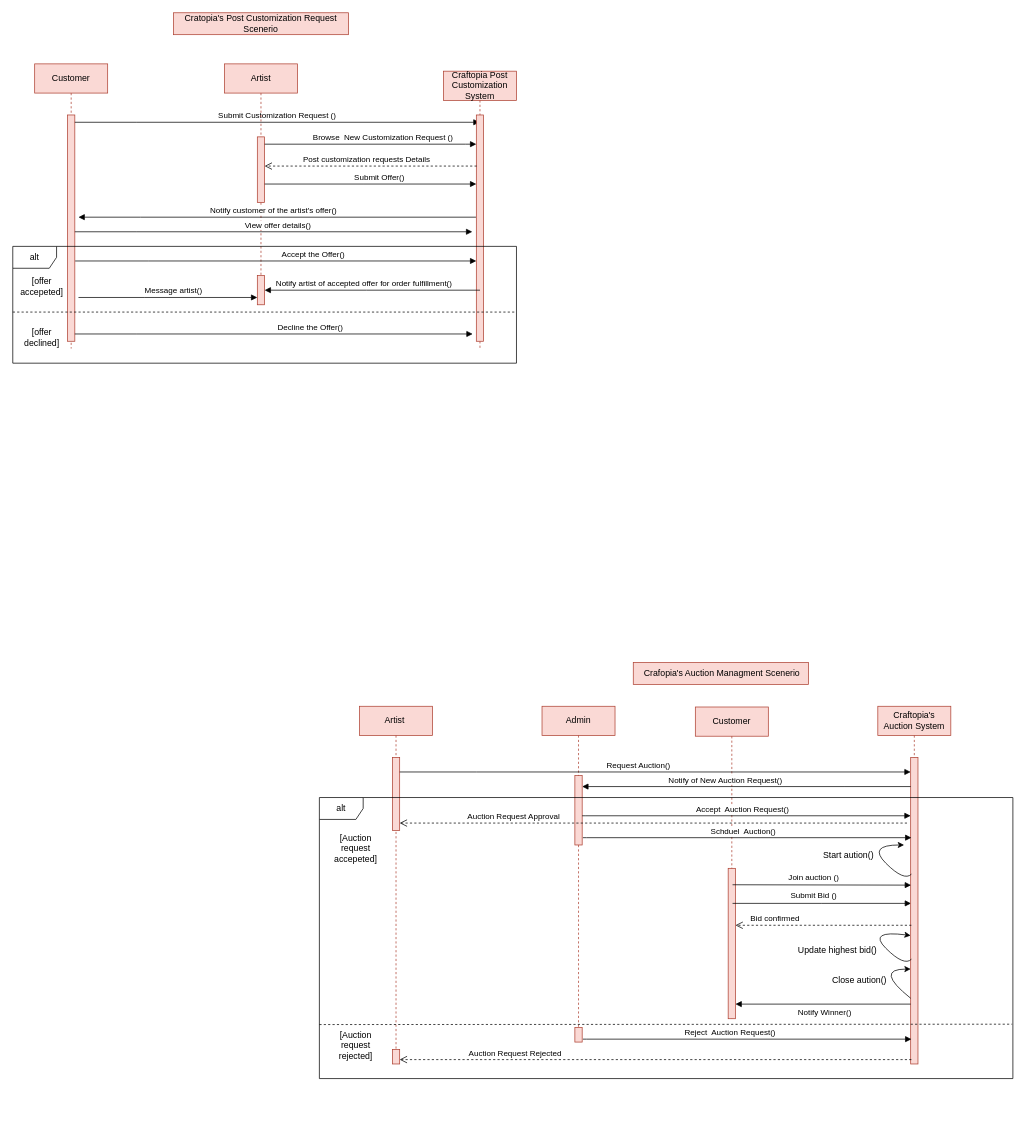
alibedair/Graduation-Project keeps this draw.io diagram as Sequence Diagram/Sequence  Diagram 1.drawio. Above is the earlier version. Source tidied: cells renumbered, new cells numbered last; positions are measured from the earlier drawing's top-left corner, leaving out a move shared by most shapes. Both pictures are drawn from the tidied source at 73%, with x=0, y=0 at pixel (12, 12).
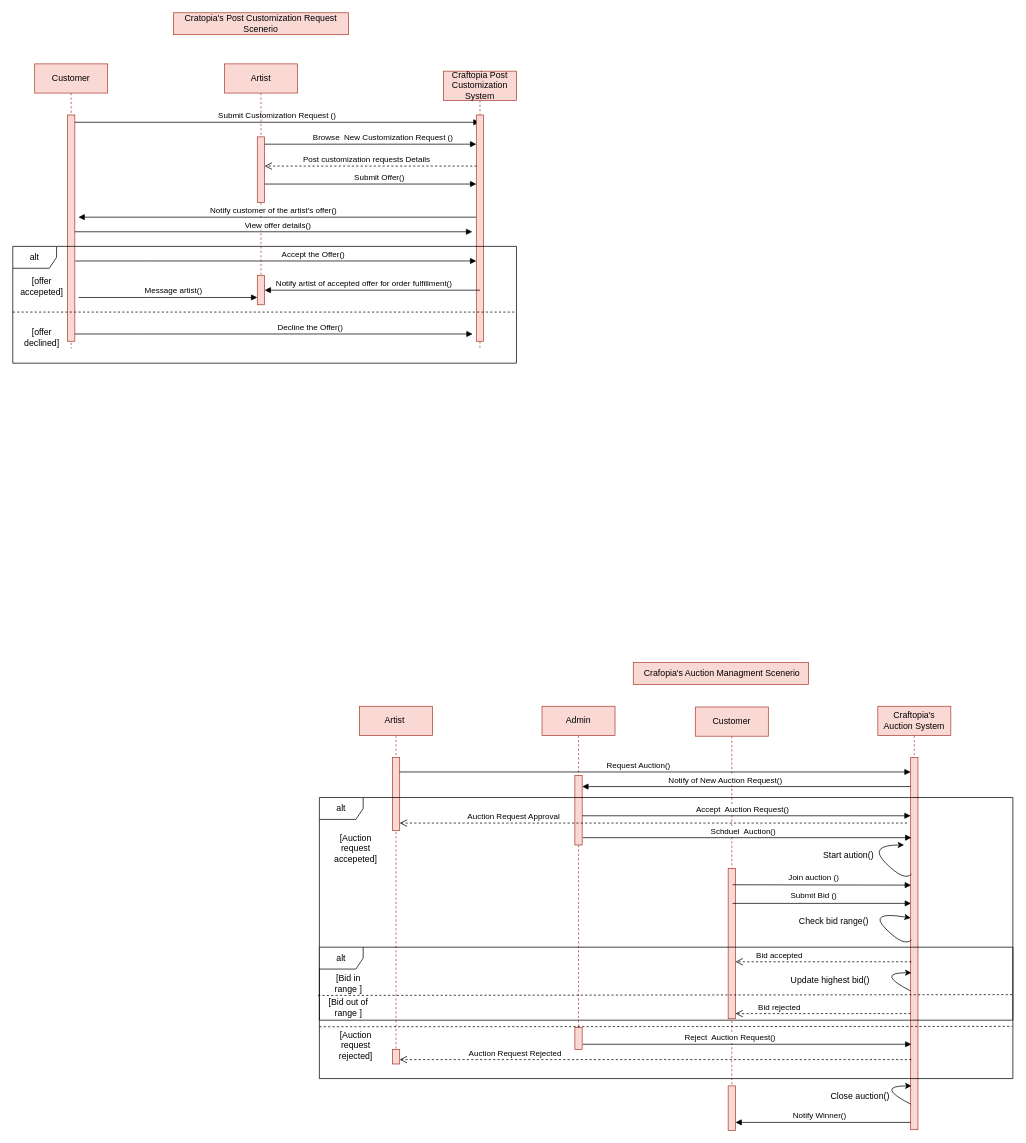
The same diagram, later.

Commit message (it also covers changes not shown here):
Activity diagram

The change refers to these unchanged cells:
```xml
<mxCell id="23" style="html=1;points=[];perimeter=orthogonalPerimeter;outlineConnect=0;targetShapes=umlLifeline;portConstraint=eastwest;newEdgeStyle={&quot;edgeStyle&quot;:&quot;elbowEdgeStyle&quot;,&quot;elbow&quot;:&quot;vertical&quot;,&quot;curved&quot;:0,&quot;rounded&quot;:0};fillColor=#fad9d5;strokeColor=#ae4132;" parent="22" vertex="1">
  <mxGeometry x="45" y="221" width="10" height="206" as="geometry" />
</mxCell>
```

The edit, as a diff of the source:
```diff
@@
     <mxCell id="22" value="Customer" style="shape=umlLifeline;perimeter=lifelinePerimeter;whiteSpace=wrap;html=1;newEdgeStyle={&quot;edgeStyle&quot;:&quot;elbowEdgeStyle&quot;,&quot;elbow&quot;:&quot;vertical&quot;,&quot;curved&quot;:0,&quot;rounded&quot;:0};fillColor=#fad9d5;strokeColor=#ae4132;" parent="1" vertex="1">
-      <mxGeometry x="935" y="951" width="100" height="429" as="geometry" />
+      <mxGeometry x="935" y="951" width="100" height="579" as="geometry" />
     </mxCell>
@@
+    <mxCell id="56" style="html=1;perimeter=orthogonalPerimeter;targetShapes=umlLifeline;newEdgeStyle={&quot;edgeStyle&quot;:&quot;elbowEdgeStyle&quot;,&quot;elbow&quot;:&quot;vertical&quot;,&quot;curved&quot;:0,&quot;rounded&quot;:0};fillColor=#fad9d5;strokeColor=#ae4132;" parent="22" vertex="1">
+      <mxGeometry x="45" y="519" width="10" height="61" as="geometry" />
+    </mxCell>
@@
     <mxCell id="26" style="html=1;perimeter=orthogonalPerimeter;targetShapes=umlLifeline;newEdgeStyle={&quot;edgeStyle&quot;:&quot;elbowEdgeStyle&quot;,&quot;elbow&quot;:&quot;vertical&quot;,&quot;curved&quot;:0,&quot;rounded&quot;:0};fillColor=#fad9d5;strokeColor=#ae4132;" parent="1" vertex="1">
-      <mxGeometry x="770" y="1390" width="10" height="20" as="geometry" />
+      <mxGeometry x="770" y="1390" width="10" height="30" as="geometry" />
     </mxCell>
     <mxCell id="27" value="Craftopia's Auction System" style="shape=umlLifeline;perimeter=lifelinePerimeter;whiteSpace=wrap;html=1;newEdgeStyle={&quot;edgeStyle&quot;:&quot;elbowEdgeStyle&quot;,&quot;elbow&quot;:&quot;vertical&quot;,&quot;curved&quot;:0,&quot;rounded&quot;:0};fillColor=#fad9d5;strokeColor=#ae4132;" parent="1" vertex="1">
-      <mxGeometry x="1185" y="950" width="100" height="490" as="geometry" />
+      <mxGeometry x="1185" y="950" width="100" height="570" as="geometry" />
     </mxCell>
     <mxCell id="28" style="html=1;points=[];perimeter=orthogonalPerimeter;outlineConnect=0;targetShapes=umlLifeline;portConstraint=eastwest;newEdgeStyle={&quot;edgeStyle&quot;:&quot;elbowEdgeStyle&quot;,&quot;elbow&quot;:&quot;vertical&quot;,&quot;curved&quot;:0,&quot;rounded&quot;:0};fillColor=#fad9d5;strokeColor=#ae4132;" parent="27" vertex="1">
-      <mxGeometry x="45" y="70" width="10" height="420" as="geometry" />
+      <mxGeometry x="45" y="70" width="10" height="510" as="geometry" />
     </mxCell>
@@
     <mxCell id="32" value="Notify Winner()" style="html=1;verticalAlign=bottom;endArrow=block;edgeStyle=elbowEdgeStyle;elbow=vertical;curved=0;rounded=0;" parent="1" edge="1">
-      <mxGeometry x="-0.02" y="20" relative="1" as="geometry">
-        <mxPoint x="1230" y="1358" as="sourcePoint" />
-        <mxPoint x="990" y="1358" as="targetPoint" />
+      <mxGeometry x="0.04" relative="1" as="geometry">
+        <mxPoint x="1230" y="1520" as="sourcePoint" />
+        <mxPoint x="990" y="1520" as="targetPoint" />
         <Array as="points">
-          <mxPoint x="1125" y="1358" />
+          <mxPoint x="1125" y="1520" />
         </Array>
       </mxGeometry>
     </mxCell>
@@
     <mxCell id="39" style="endArrow=none;dashed=1;html=1;rounded=0;entryX=0.999;entryY=0.791;entryDx=0;entryDy=0;entryPerimeter=0;" parent="1" edge="1">
       <mxGeometry relative="1" as="geometry">
-        <mxPoint x="420" y="1386" as="sourcePoint" />
-        <mxPoint x="1369.1" y="1385.5" as="targetPoint" />
+        <mxPoint x="420" y="1389" as="sourcePoint" />
+        <mxPoint x="1369.1" y="1388.5" as="targetPoint" />
       </mxGeometry>
     </mxCell>
@@
     <mxCell id="42" value="Reject&amp;nbsp; Auction Request()&amp;nbsp;" style="html=1;verticalAlign=bottom;endArrow=block;edgeStyle=elbowEdgeStyle;elbow=vertical;curved=0;rounded=0;" parent="1" edge="1">
       <mxGeometry x="-0.1" relative="1" as="geometry">
-        <mxPoint x="781" y="1406" as="sourcePoint" />
-        <mxPoint x="1231" y="1406" as="targetPoint" />
+        <mxPoint x="781" y="1413" as="sourcePoint" />
+        <mxPoint x="1231" y="1413" as="targetPoint" />
         <Array as="points">
-          <mxPoint x="786" y="1406" />
+          <mxPoint x="786" y="1413" />
         </Array>
       </mxGeometry>
     </mxCell>
@@
     <mxCell id="44" style="curved=1;endArrow=classic;html=1;rounded=0;" parent="1" edge="1">
       <mxGeometry relative="1" as="geometry">
-        <mxPoint x="1230" y="1350" as="sourcePoint" />
-        <mxPoint x="1230" y="1310" as="targetPoint" />
+        <mxPoint x="1230" y="1340" as="sourcePoint" />
+        <mxPoint x="1231" y="1315" as="targetPoint" />
         <Array as="points">
-          <mxPoint x="1180" y="1310" />
+          <mxPoint x="1181" y="1315" />
         </Array>
       </mxGeometry>
     </mxCell>
-    <mxCell id="45" value="Close aution()" style="text;html=1;align=center;verticalAlign=middle;whiteSpace=wrap;rounded=0;" parent="1" vertex="1">
-      <mxGeometry x="1120" y="1310" width="80" height="30" as="geometry" />
+    <mxCell id="45" value="Update highest bid()" style="text;html=1;align=center;verticalAlign=middle;whiteSpace=wrap;rounded=0;" parent="1" vertex="1">
+      <mxGeometry x="1050" y="1310" width="140" height="30" as="geometry" />
     </mxCell>
@@
     <mxCell id="50" style="curved=1;endArrow=classic;html=1;rounded=0;" parent="1" edge="1">
       <mxGeometry relative="1" as="geometry">
-        <mxPoint x="1231" y="1296.5" as="sourcePoint" />
-        <mxPoint x="1230" y="1264" as="targetPoint" />
+        <mxPoint x="1231" y="1270" as="sourcePoint" />
+        <mxPoint x="1230" y="1240" as="targetPoint" />
         <Array as="points">
-          <mxPoint x="1221" y="1306.5" />
-          <mxPoint x="1171" y="1256.5" />
+          <mxPoint x="1221" y="1280" />
+          <mxPoint x="1171" y="1230" />
         </Array>
       </mxGeometry>
     </mxCell>
-    <mxCell id="51" value="Update highest bid()" style="text;html=1;align=center;verticalAlign=middle;whiteSpace=wrap;rounded=0;" parent="1" vertex="1">
-      <mxGeometry x="1070" y="1270" width="120" height="30" as="geometry" />
+    <mxCell id="51" value="Check bid range()" style="text;html=1;align=center;verticalAlign=middle;whiteSpace=wrap;rounded=0;" parent="1" vertex="1">
+      <mxGeometry x="1065" y="1230" width="120" height="30" as="geometry" />
     </mxCell>
-    <mxCell id="52" value="Bid confirmed" style="html=1;verticalAlign=bottom;endArrow=open;dashed=1;endSize=8;edgeStyle=elbowEdgeStyle;elbow=horizontal;curved=0;rounded=0;" parent="1" edge="1">
-      <mxGeometry x="0.55" relative="1" as="geometry">
-        <mxPoint x="1231" y="1250" as="sourcePoint" />
-        <mxPoint x="990" y="1250" as="targetPoint" />
+    <mxCell id="52" value="Bid accepted" style="html=1;verticalAlign=bottom;endArrow=open;dashed=1;endSize=8;edgeStyle=elbowEdgeStyle;elbow=horizontal;curved=0;rounded=0;" parent="1" edge="1">
+      <mxGeometry x="0.5" relative="1" as="geometry">
+        <mxPoint x="1231" y="1300" as="sourcePoint" />
+        <mxPoint x="990" y="1300" as="targetPoint" />
         <Array as="points">
-          <mxPoint x="1018" y="1250" />
+          <mxPoint x="1018" y="1300" />
         </Array>
       </mxGeometry>
     </mxCell>
@@
+    <mxCell id="57" value="alt" style="shape=umlFrame;whiteSpace=wrap;html=1;" parent="1" vertex="1">
+      <mxGeometry x="420" y="1280" width="950" height="100" as="geometry" />
+    </mxCell>
+    <mxCell id="58" value="[Bid out of range ]" style="text;html=1;align=center;verticalAlign=middle;whiteSpace=wrap;rounded=0;" parent="1" vertex="1">
+      <mxGeometry x="430" y="1348" width="60" height="30" as="geometry" />
+    </mxCell>
+    <mxCell id="59" value="[Bid in range ]" style="text;html=1;align=center;verticalAlign=middle;whiteSpace=wrap;rounded=0;" parent="1" vertex="1">
+      <mxGeometry x="430" y="1315" width="60" height="30" as="geometry" />
+    </mxCell>
+    <mxCell id="60" style="endArrow=none;dashed=1;html=1;rounded=0;exitX=-0.004;exitY=0.783;exitDx=0;exitDy=0;exitPerimeter=0;entryX=0.998;entryY=0.772;entryDx=0;entryDy=0;entryPerimeter=0;" parent="1" edge="1">
+      <mxGeometry relative="1" as="geometry">
+        <mxPoint x="418.1" y="1346.1" as="sourcePoint" />
+        <mxPoint x="1370" y="1345" as="targetPoint" />
+      </mxGeometry>
+    </mxCell>
+    <mxCell id="61" value="Bid rejected" style="html=1;verticalAlign=bottom;endArrow=open;dashed=1;endSize=8;edgeStyle=elbowEdgeStyle;elbow=horizontal;curved=0;rounded=0;" parent="1" edge="1" source="28" target="23">
+      <mxGeometry x="0.5" relative="1" as="geometry">
+        <Array as="points">
+          <mxPoint x="1028" y="1371" />
+        </Array>
+      </mxGeometry>
+    </mxCell>
+    <mxCell id="62" style="curved=1;endArrow=classic;html=1;rounded=0;" parent="1" edge="1">
+      <mxGeometry relative="1" as="geometry">
+        <mxPoint x="1230" y="1495" as="sourcePoint" />
+        <mxPoint x="1231" y="1470" as="targetPoint" />
+        <Array as="points">
+          <mxPoint x="1181" y="1470" />
+        </Array>
+      </mxGeometry>
+    </mxCell>
+    <mxCell id="63" value="Close auction()" style="text;html=1;align=center;verticalAlign=middle;whiteSpace=wrap;rounded=0;" parent="1" vertex="1">
+      <mxGeometry x="1091" y="1470" width="140" height="30" as="geometry" />
+    </mxCell>
```
